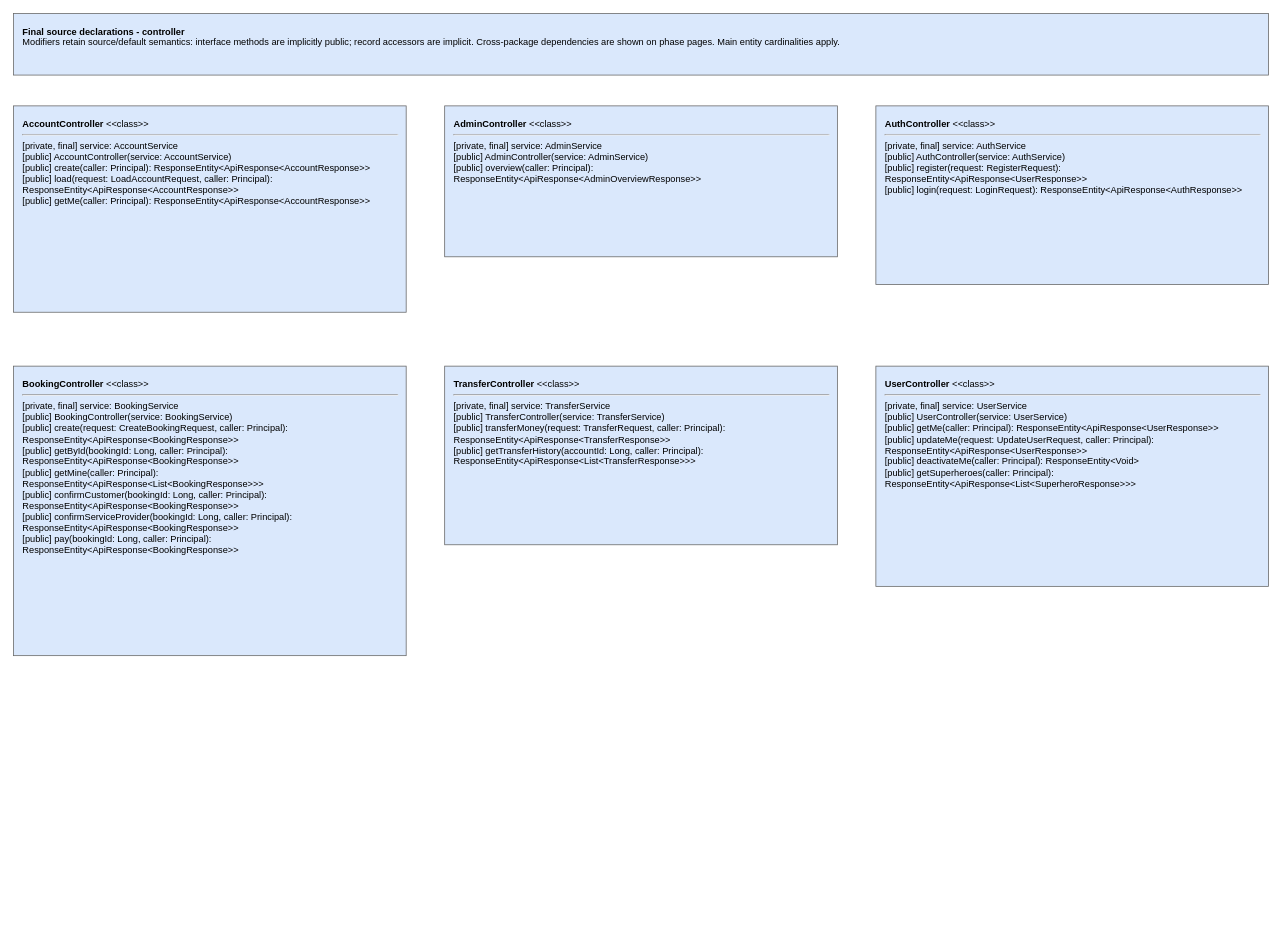
ezra-jeo/MCO1-ezra-jeo keeps this draw.io diagram as page "Final - controller" (8 of 14) of Kingpay.drawio. Above is the earlier version. Source tidied: cells renumbered, new cells numbered last; positions are measured from the earlier drawing's top-left corner, leaving out a move shared by most shapes. Both pictures are drawn from the tidied source at 77%, with x=0, y=0 at pixel (13, 13).
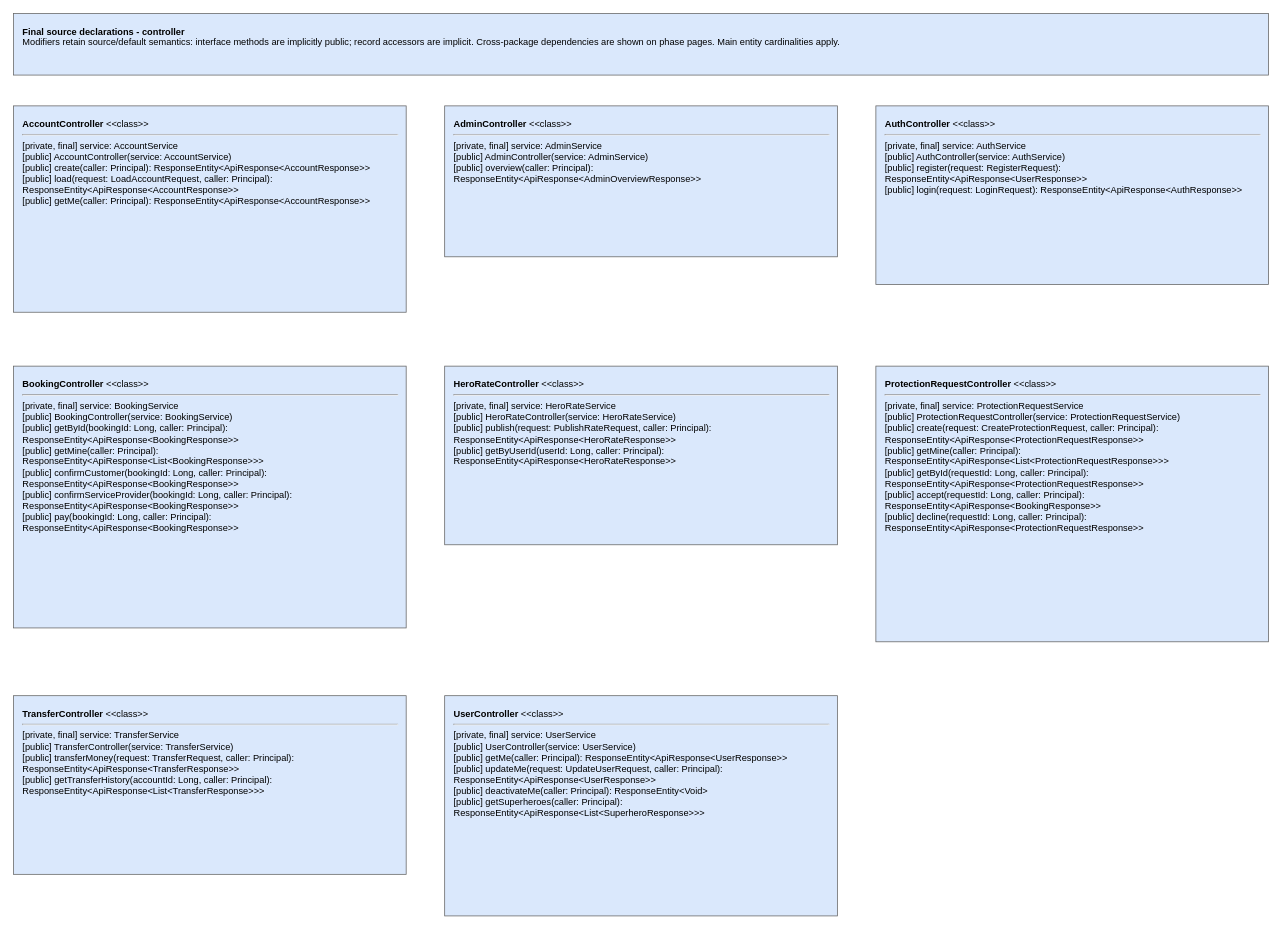
Above is the later version.

Diff of the diagram source:
```diff
@@
 <mxGraphModel>
   <root>
     <mxCell id="0" />
     <mxCell id="1" parent="0" />
     <mxCell id="2" value="&lt;b&gt;Final source declarations - controller&lt;/b&gt;&lt;br&gt;Modifiers retain source/default semantics: interface methods are implicitly public; record accessors are implicit. Cross-package dependencies are shown on phase pages. Main entity cardinalities apply." style="rounded=0;whiteSpace=wrap;html=1;align=left;verticalAlign=top;spacing=12;fontSize=12;fillColor=#dae8fc;strokeColor=#666666;" parent="1" vertex="1">
       <mxGeometry width="1630" height="80" as="geometry" />
     </mxCell>
     <mxCell id="3" value="&lt;b&gt;AccountController&lt;/b&gt; &amp;lt;&amp;lt;class&amp;gt;&amp;gt;&lt;hr&gt;[private, final] service: AccountService&lt;br&gt;[public] AccountController(service: AccountService)&lt;br&gt;[public] create(caller: Principal): ResponseEntity&amp;lt;ApiResponse&amp;lt;AccountResponse&amp;gt;&amp;gt;&lt;br&gt;[public] load(request: LoadAccountRequest, caller: Principal): ResponseEntity&amp;lt;ApiResponse&amp;lt;AccountResponse&amp;gt;&amp;gt;&lt;br&gt;[public] getMe(caller: Principal): ResponseEntity&amp;lt;ApiResponse&amp;lt;AccountResponse&amp;gt;&amp;gt;" style="rounded=0;whiteSpace=wrap;html=1;align=left;verticalAlign=top;spacing=12;fontSize=12;fillColor=#dae8fc;strokeColor=#666666;" parent="1" vertex="1">
       <mxGeometry y="120" width="510" height="268" as="geometry" />
     </mxCell>
     <mxCell id="4" value="&lt;b&gt;AdminController&lt;/b&gt; &amp;lt;&amp;lt;class&amp;gt;&amp;gt;&lt;hr&gt;[private, final] service: AdminService&lt;br&gt;[public] AdminController(service: AdminService)&lt;br&gt;[public] overview(caller: Principal): ResponseEntity&amp;lt;ApiResponse&amp;lt;AdminOverviewResponse&amp;gt;&amp;gt;" style="rounded=0;whiteSpace=wrap;html=1;align=left;verticalAlign=top;spacing=12;fontSize=12;fillColor=#dae8fc;strokeColor=#666666;" parent="1" vertex="1">
       <mxGeometry x="560" y="120" width="510" height="196" as="geometry" />
     </mxCell>
     <mxCell id="5" value="&lt;b&gt;AuthController&lt;/b&gt; &amp;lt;&amp;lt;class&amp;gt;&amp;gt;&lt;hr&gt;[private, final] service: AuthService&lt;br&gt;[public] AuthController(service: AuthService)&lt;br&gt;[public] register(request: RegisterRequest): ResponseEntity&amp;lt;ApiResponse&amp;lt;UserResponse&amp;gt;&amp;gt;&lt;br&gt;[public] login(request: LoginRequest): ResponseEntity&amp;lt;ApiResponse&amp;lt;AuthResponse&amp;gt;&amp;gt;" style="rounded=0;whiteSpace=wrap;html=1;align=left;verticalAlign=top;spacing=12;fontSize=12;fillColor=#dae8fc;strokeColor=#666666;" parent="1" vertex="1">
       <mxGeometry x="1120" y="120" width="510" height="232" as="geometry" />
     </mxCell>
-    <mxCell id="6" value="&lt;b&gt;BookingController&lt;/b&gt; &amp;lt;&amp;lt;class&amp;gt;&amp;gt;&lt;hr&gt;[private, final] service: BookingService&lt;br&gt;[public] BookingController(service: BookingService)&lt;br&gt;[public] create(request: CreateBookingRequest, caller: Principal): ResponseEntity&amp;lt;ApiResponse&amp;lt;BookingResponse&amp;gt;&amp;gt;&lt;br&gt;[public] getById(bookingId: Long, caller: Principal): ResponseEntity&amp;lt;ApiResponse&amp;lt;BookingResponse&amp;gt;&amp;gt;&lt;br&gt;[public] getMine(caller: Principal): ResponseEntity&amp;lt;ApiResponse&amp;lt;List&amp;lt;BookingResponse&amp;gt;&amp;gt;&amp;gt;&lt;br&gt;[public] confirmCustomer(bookingId: Long, caller: Principal): ResponseEntity&amp;lt;ApiResponse&amp;lt;BookingResponse&amp;gt;&amp;gt;&lt;br&gt;[public] confirmServiceProvider(bookingId: Long, caller: Principal): ResponseEntity&amp;lt;ApiResponse&amp;lt;BookingResponse&amp;gt;&amp;gt;&lt;br&gt;[public] pay(bookingId: Long, caller: Principal): ResponseEntity&amp;lt;ApiResponse&amp;lt;BookingResponse&amp;gt;&amp;gt;" style="rounded=0;whiteSpace=wrap;html=1;align=left;verticalAlign=top;spacing=12;fontSize=12;fillColor=#dae8fc;strokeColor=#666666;" parent="1" vertex="1">
-      <mxGeometry y="458" width="510" height="376" as="geometry" />
+    <mxCell id="6" value="&lt;b&gt;BookingController&lt;/b&gt; &amp;lt;&amp;lt;class&amp;gt;&amp;gt;&lt;hr&gt;[private, final] service: BookingService&lt;br&gt;[public] BookingController(service: BookingService)&lt;br&gt;[public] getById(bookingId: Long, caller: Principal): ResponseEntity&amp;lt;ApiResponse&amp;lt;BookingResponse&amp;gt;&amp;gt;&lt;br&gt;[public] getMine(caller: Principal): ResponseEntity&amp;lt;ApiResponse&amp;lt;List&amp;lt;BookingResponse&amp;gt;&amp;gt;&amp;gt;&lt;br&gt;[public] confirmCustomer(bookingId: Long, caller: Principal): ResponseEntity&amp;lt;ApiResponse&amp;lt;BookingResponse&amp;gt;&amp;gt;&lt;br&gt;[public] confirmServiceProvider(bookingId: Long, caller: Principal): ResponseEntity&amp;lt;ApiResponse&amp;lt;BookingResponse&amp;gt;&amp;gt;&lt;br&gt;[public] pay(bookingId: Long, caller: Principal): ResponseEntity&amp;lt;ApiResponse&amp;lt;BookingResponse&amp;gt;&amp;gt;" style="rounded=0;whiteSpace=wrap;html=1;align=left;verticalAlign=top;spacing=12;fontSize=12;fillColor=#dae8fc;strokeColor=#666666;" parent="1" vertex="1">
+      <mxGeometry y="458" width="510" height="340" as="geometry" />
     </mxCell>
+    <mxCell id="9" value="&lt;b&gt;HeroRateController&lt;/b&gt; &amp;lt;&amp;lt;class&amp;gt;&amp;gt;&lt;hr&gt;[private, final] service: HeroRateService&lt;br&gt;[public] HeroRateController(service: HeroRateService)&lt;br&gt;[public] publish(request: PublishRateRequest, caller: Principal): ResponseEntity&amp;lt;ApiResponse&amp;lt;HeroRateResponse&amp;gt;&amp;gt;&lt;br&gt;[public] getByUserId(userId: Long, caller: Principal): ResponseEntity&amp;lt;ApiResponse&amp;lt;HeroRateResponse&amp;gt;&amp;gt;" style="rounded=0;whiteSpace=wrap;html=1;align=left;verticalAlign=top;spacing=12;fontSize=12;fillColor=#dae8fc;strokeColor=#666666;" parent="1" vertex="1">
+      <mxGeometry x="560" y="458" width="510" height="232" as="geometry" />
+    </mxCell>
+    <mxCell id="10" value="&lt;b&gt;ProtectionRequestController&lt;/b&gt; &amp;lt;&amp;lt;class&amp;gt;&amp;gt;&lt;hr&gt;[private, final] service: ProtectionRequestService&lt;br&gt;[public] ProtectionRequestController(service: ProtectionRequestService)&lt;br&gt;[public] create(request: CreateProtectionRequest, caller: Principal): ResponseEntity&amp;lt;ApiResponse&amp;lt;ProtectionRequestResponse&amp;gt;&amp;gt;&lt;br&gt;[public] getMine(caller: Principal): ResponseEntity&amp;lt;ApiResponse&amp;lt;List&amp;lt;ProtectionRequestResponse&amp;gt;&amp;gt;&amp;gt;&lt;br&gt;[public] getById(requestId: Long, caller: Principal): ResponseEntity&amp;lt;ApiResponse&amp;lt;ProtectionRequestResponse&amp;gt;&amp;gt;&lt;br&gt;[public] accept(requestId: Long, caller: Principal): ResponseEntity&amp;lt;ApiResponse&amp;lt;BookingResponse&amp;gt;&amp;gt;&lt;br&gt;[public] decline(requestId: Long, caller: Principal): ResponseEntity&amp;lt;ApiResponse&amp;lt;ProtectionRequestResponse&amp;gt;&amp;gt;" style="rounded=0;whiteSpace=wrap;html=1;align=left;verticalAlign=top;spacing=12;fontSize=12;fillColor=#dae8fc;strokeColor=#666666;" parent="1" vertex="1">
+      <mxGeometry x="1120" y="458" width="510" height="358" as="geometry" />
+    </mxCell>
     <mxCell id="7" value="&lt;b&gt;TransferController&lt;/b&gt; &amp;lt;&amp;lt;class&amp;gt;&amp;gt;&lt;hr&gt;[private, final] service: TransferService&lt;br&gt;[public] TransferController(service: TransferService)&lt;br&gt;[public] transferMoney(request: TransferRequest, caller: Principal): ResponseEntity&amp;lt;ApiResponse&amp;lt;TransferResponse&amp;gt;&amp;gt;&lt;br&gt;[public] getTransferHistory(accountId: Long, caller: Principal): ResponseEntity&amp;lt;ApiResponse&amp;lt;List&amp;lt;TransferResponse&amp;gt;&amp;gt;&amp;gt;" style="rounded=0;whiteSpace=wrap;html=1;align=left;verticalAlign=top;spacing=12;fontSize=12;fillColor=#dae8fc;strokeColor=#666666;" parent="1" vertex="1">
-      <mxGeometry x="560" y="458" width="510" height="232" as="geometry" />
+      <mxGeometry y="886" width="510" height="232" as="geometry" />
     </mxCell>
     <mxCell id="8" value="&lt;b&gt;UserController&lt;/b&gt; &amp;lt;&amp;lt;class&amp;gt;&amp;gt;&lt;hr&gt;[private, final] service: UserService&lt;br&gt;[public] UserController(service: UserService)&lt;br&gt;[public] getMe(caller: Principal): ResponseEntity&amp;lt;ApiResponse&amp;lt;UserResponse&amp;gt;&amp;gt;&lt;br&gt;[public] updateMe(request: UpdateUserRequest, caller: Principal): ResponseEntity&amp;lt;ApiResponse&amp;lt;UserResponse&amp;gt;&amp;gt;&lt;br&gt;[public] deactivateMe(caller: Principal): ResponseEntity&amp;lt;Void&amp;gt;&lt;br&gt;[public] getSuperheroes(caller: Principal): ResponseEntity&amp;lt;ApiResponse&amp;lt;List&amp;lt;SuperheroResponse&amp;gt;&amp;gt;&amp;gt;" style="rounded=0;whiteSpace=wrap;html=1;align=left;verticalAlign=top;spacing=12;fontSize=12;fillColor=#dae8fc;strokeColor=#666666;" parent="1" vertex="1">
-      <mxGeometry x="1120" y="458" width="510" height="286" as="geometry" />
+      <mxGeometry x="560" y="886" width="510" height="286" as="geometry" />
     </mxCell>
   </root>
 </mxGraphModel>
```
